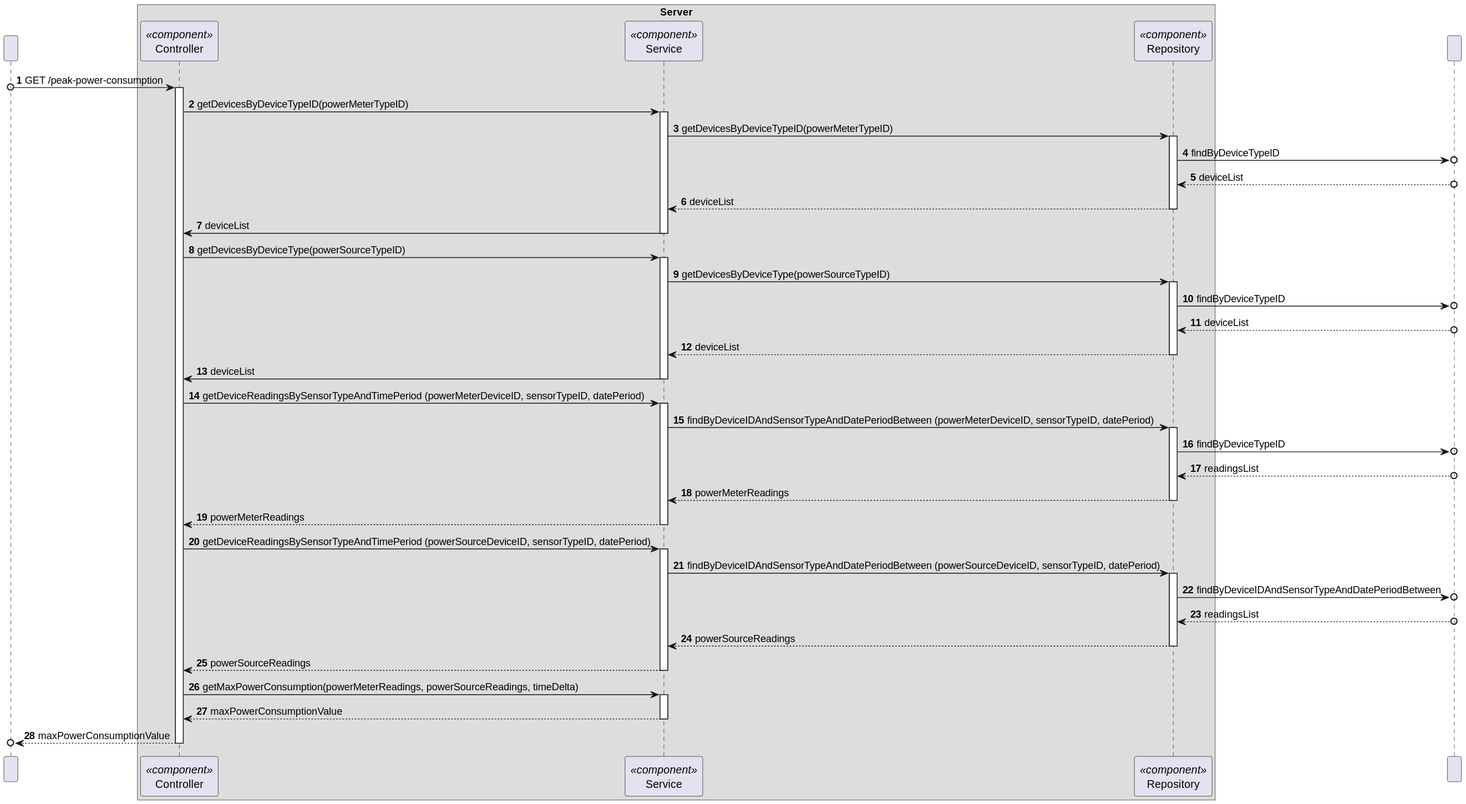
Before: docs/C4_4plus1_models/Level4/ProcessView/ProcessViewLevel4_UC14_v1.svg, a diagram exported from PlantUML (moutajDev/smarthome).
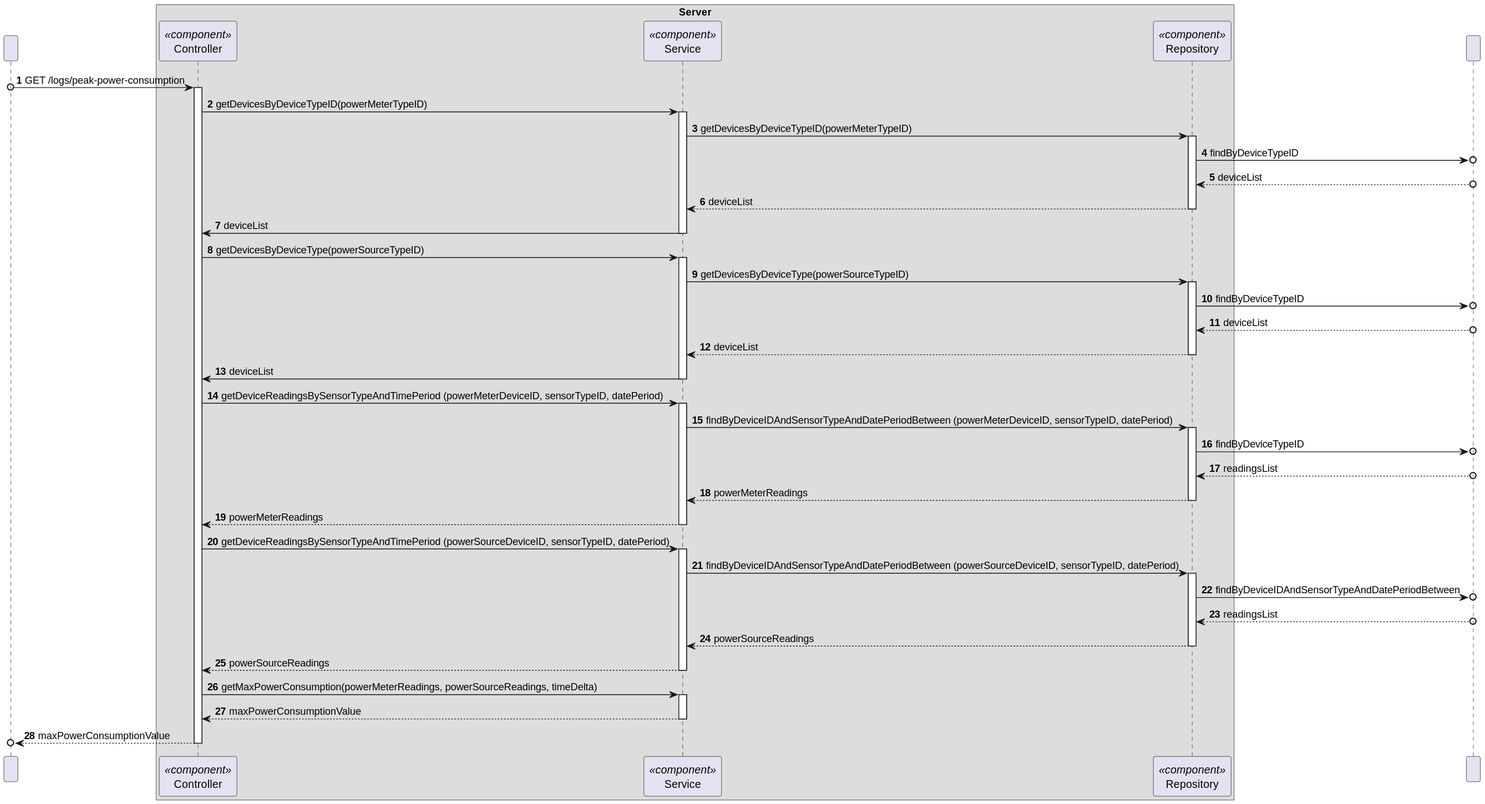
The same diagram one commit later.

The edit, as a diff of the source:
```diff
@@ -13,7 +13,7 @@
 
 autonumber
 
-HTTP o-> Controller : GET /peak-power-consumption
+HTTP o-> Controller : GET /logs/peak-power-consumption
 
 activate Controller
 
```
